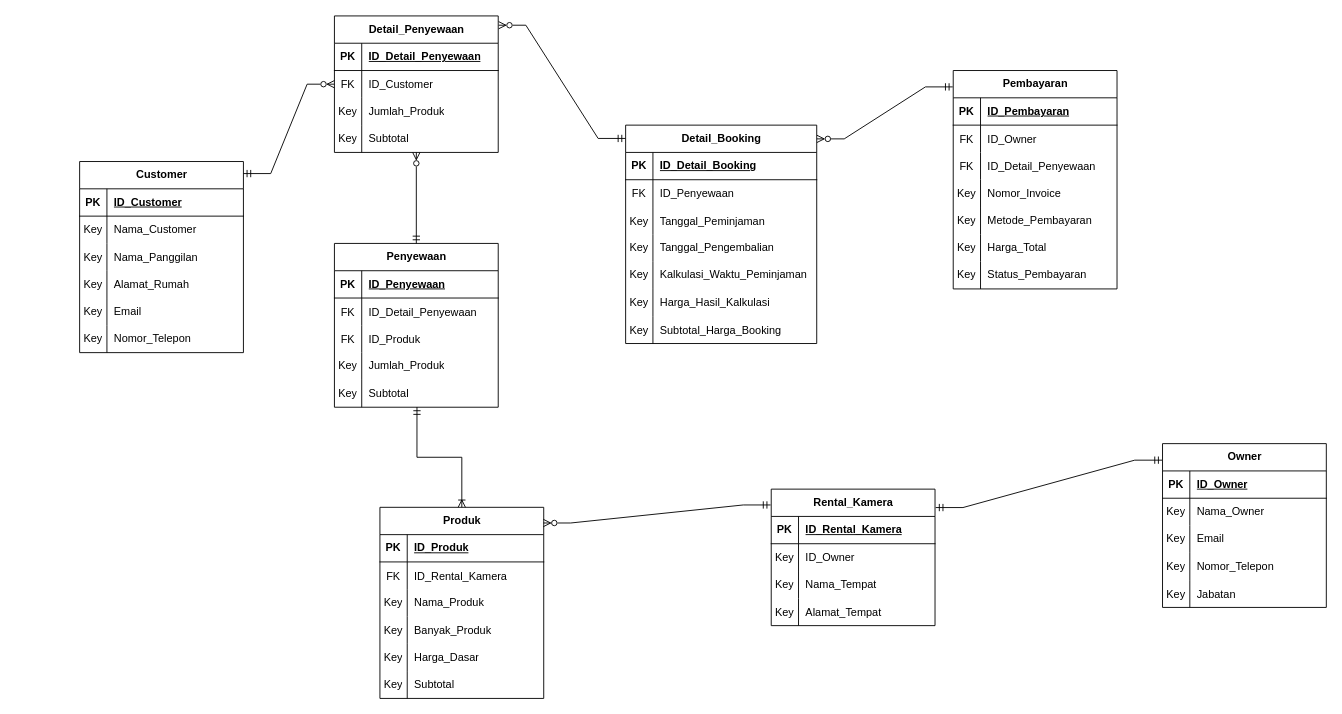
Above: page "Revisi-2" (2 of 2) of sistem-rental-kamera.drawio in King-Ag-Jv/Project-Atrem (draw.io), before the change. Source tidied: cells renumbered, new cells numbered last; positions are measured from the earlier drawing's top-left corner, leaving out a move shared by most shapes. Both pictures are drawn from the tidied source at 91%, with x=0, y=0 at pixel (79, 15).
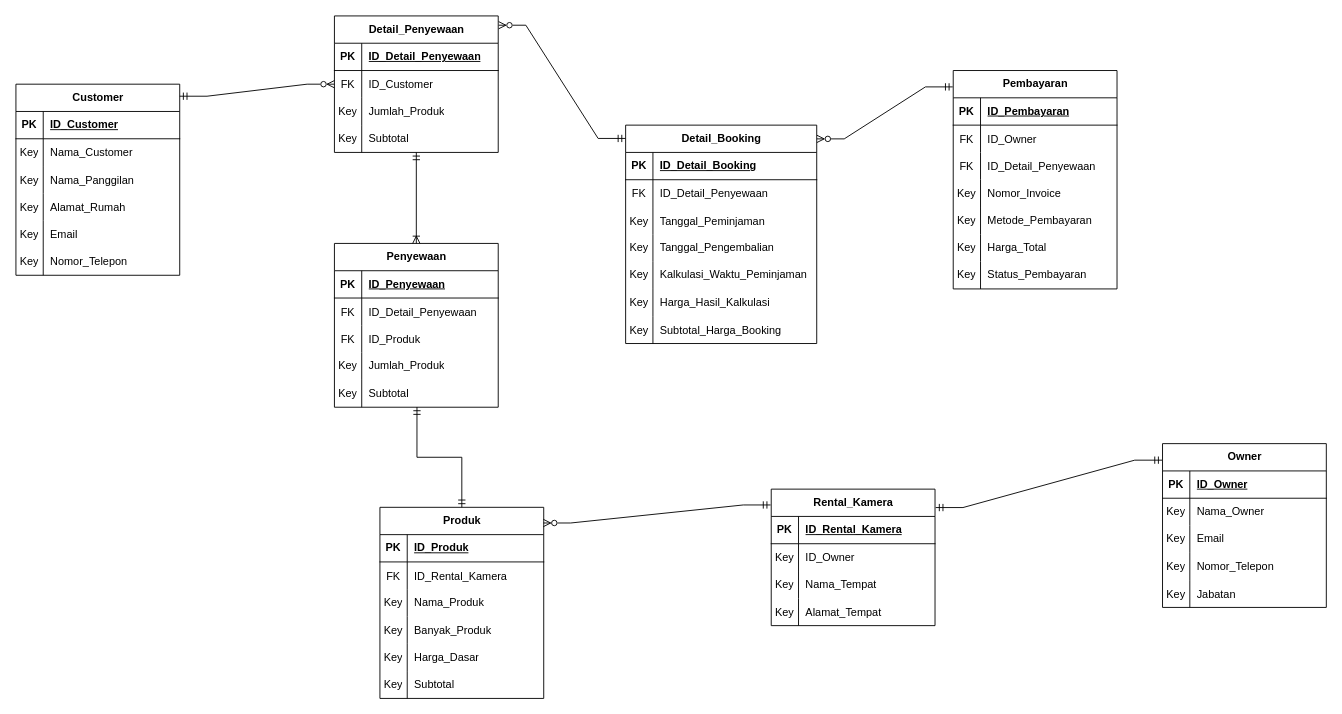
After the change.

Unchanged cells that the change refers to:
```xml
<mxCell id="2" value="Produk" style="shape=table;startSize=30;childLayout=tableLayout;rowLines=0;fontStyle=1;align=center;html=1;" parent="1" vertex="1">
  <mxGeometry x="330" y="540" width="180" height="210" as="geometry" />
</mxCell>
<mxCell id="21" value="Penyewaan" style="shape=table;startSize=30;childLayout=tableLayout;rowLines=0;fontStyle=1;align=center;html=1;" parent="1" vertex="1">
  <mxGeometry x="280" y="250" width="180" height="180" as="geometry" />
</mxCell>
<mxCell id="34" style="shape=tableRow;horizontal=0;startSize=0;swimlaneHead=0;swimlaneBody=0;fillColor=none;points=[[0,0.5],[1,0.5]];portConstraint=eastwest;top=0;left=0;right=0;bottom=0;" parent="21" vertex="1">
  <mxGeometry y="150" width="180" height="30" as="geometry" />
</mxCell>
<mxCell id="98" style="shape=tableRow;horizontal=0;startSize=0;swimlaneHead=0;swimlaneBody=0;fillColor=none;top=0;left=0;right=0;bottom=0;" parent="94" vertex="1">
  <mxGeometry y="60" width="210" height="30" as="geometry" />
</mxCell>
<mxCell id="145" style="shape=tableRow;horizontal=0;startSize=0;swimlaneHead=0;swimlaneBody=0;fillColor=none;points=[[0,0.5],[1,0.5]];portConstraint=eastwest;top=0;left=0;right=0;bottom=0;" parent="135" vertex="1">
  <mxGeometry y="120" width="180" height="30" as="geometry" />
</mxCell>
```

What changed in the source:
```diff
@@
     <mxCell id="53" value="Customer" style="shape=table;startSize=30;childLayout=tableLayout;rowLines=0;fontStyle=1;align=center;html=1;" parent="1" vertex="1">
-      <mxGeometry y="160" width="180" height="210" as="geometry" />
+      <mxGeometry x="-70" y="75" width="180" height="210" as="geometry" />
     </mxCell>
@@
-    <mxCell id="100" value="ID_Penyewaan" style="shape=partialRectangle;fillColor=none;top=0;left=0;bottom=0;right=0;align=left;spacingLeft=6;overflow=hidden;" parent="98" vertex="1">
+    <mxCell id="100" value="ID_Detail_Penyewaan" style="shape=partialRectangle;fillColor=none;top=0;left=0;bottom=0;right=0;align=left;spacingLeft=6;overflow=hidden;" parent="98" vertex="1">
       <mxGeometry x="30" width="180" height="30" as="geometry" />
     </mxCell>
@@
-    <mxCell id="132" style="edgeStyle=orthogonalEdgeStyle;fontSize=12;html=1;endArrow=ERmandOne;endFill=0;rounded=0;startArrow=ERoneToMany;startFill=0;entryX=0.504;entryY=0.995;entryDx=0;entryDy=0;entryPerimeter=0;exitX=0.5;exitY=0;exitDx=0;exitDy=0;" parent="1" edge="1" source="2" target="34">
+    <mxCell id="132" style="edgeStyle=orthogonalEdgeStyle;fontSize=12;html=1;endArrow=ERmandOne;endFill=0;rounded=0;startArrow=ERmandOne;startFill=0;entryX=0.504;entryY=0.995;entryDx=0;entryDy=0;entryPerimeter=0;exitX=0.5;exitY=0;exitDx=0;exitDy=0;" parent="1" edge="1" source="2" target="34">
       <mxGeometry relative="1" as="geometry" />
     </mxCell>
@@
-    <mxCell id="148" style="edgeStyle=orthogonalEdgeStyle;fontSize=12;html=1;endArrow=ERzeroToMany;endFill=0;rounded=0;startArrow=ERmandOne;startFill=0;exitX=0.5;exitY=0;exitDx=0;exitDy=0;entryX=0.5;entryY=1;entryDx=0;entryDy=0;entryPerimeter=0;" parent="1" edge="1" source="21" target="145">
+    <mxCell id="148" style="edgeStyle=orthogonalEdgeStyle;fontSize=12;html=1;endArrow=ERmandOne;endFill=0;rounded=0;startArrow=ERoneToMany;startFill=0;exitX=0.5;exitY=0;exitDx=0;exitDy=0;entryX=0.5;entryY=1;entryDx=0;entryDy=0;entryPerimeter=0;" parent="1" edge="1" source="21" target="145">
       <mxGeometry relative="1" as="geometry" />
     </mxCell>
```
